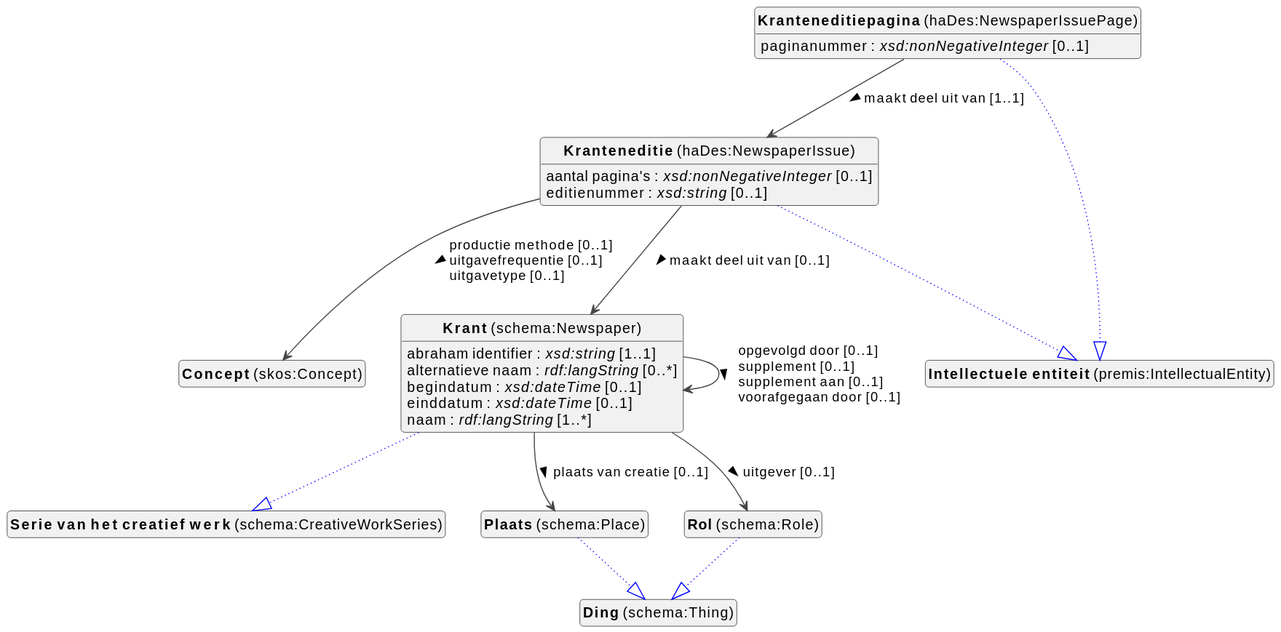
The PlantUML diagram docs/metadata/knowledge-graph/1.0.0/bibliographic/nl/bibliographic-diagram.svg in viaacode/documentation, before a commit.
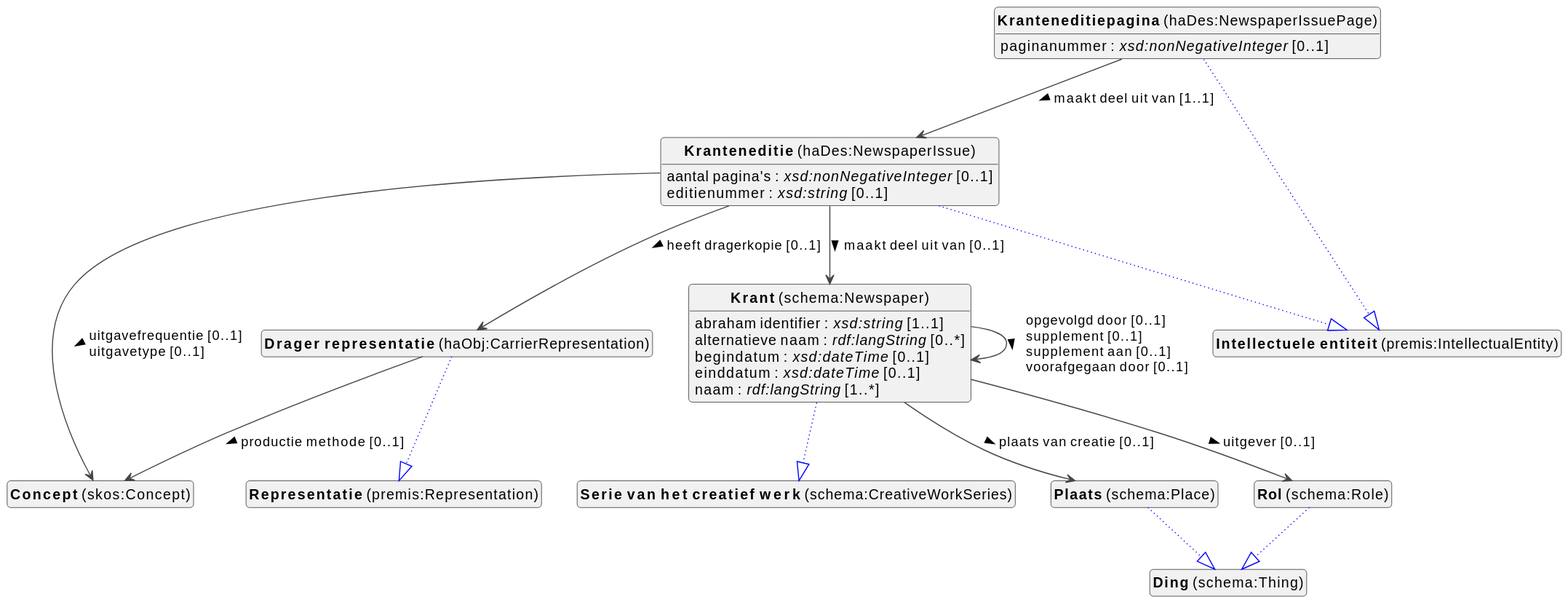
Later version of the same file.

What changed in the source:
```diff
@@ -10,7 +10,9 @@
 top to bottom direction
 
 
-class "<b>Concept</b> (skos:Concept)" as skos_Concept [[../../terms/nl#skos%3AConcept]]
+class "<b>Concept</b> (skos:Concept)" as skos_Concept [[../../rights/nl#skos%3AConcept]]
+class "<b>Drager representatie</b> (haObj:CarrierRepresentation)" as haObj_CarrierRepresentation [[#haObj%3ACarrierRepresentation]]
+class "<b>Representatie</b> (premis:Representation)" as premis_Representation [[#premis%3ARepresentation]]
 class "<b>Krant</b> (schema:Newspaper)" as schema_Newspaper [[#schema%3ANewspaper]]
 class "<b>Serie van het creatief werk</b> (schema:CreativeWorkSeries)" as schema_CreativeWorkSeries [[#schema%3ACreativeWorkSeries]]
 class "<b>Kranteneditie</b> (haDes:NewspaperIssue)" as haDes_NewspaperIssue [[#haDes%3ANewspaperIssue]]
@@ -23,6 +25,10 @@
 class "<b>Ding</b> (schema:Thing)" as schema_Thing [[#schema%3AThing]]
 
 
+
+haObj_CarrierRepresentation --|> premis_Representation #blue;line.dotted;text:blue
+
+haObj_CarrierRepresentation --> skos_Concept :productie methode [0..1]  >
 
 schema_Newspaper --|> schema_CreativeWorkSeries #blue;line.dotted;text:blue
 
@@ -42,8 +48,9 @@
 
 haDes_NewspaperIssue : aantal pagina's : <i>xsd:nonNegativeInteger</i> [0..1]
 haDes_NewspaperIssue : editienummer : <i>xsd:string</i> [0..1]
+haDes_NewspaperIssue --> haObj_CarrierRepresentation :heeft dragerkopie [0..1]  >
 haDes_NewspaperIssue --> schema_Newspaper :maakt deel uit van [0..1]  >
-haDes_NewspaperIssue --> skos_Concept :productie methode [0..1]  \luitgavefrequentie [0..1]  \luitgavetype [0..1]  >
+haDes_NewspaperIssue --> skos_Concept :uitgavefrequentie [0..1]  \luitgavetype [0..1]  >
 
 
 
```
